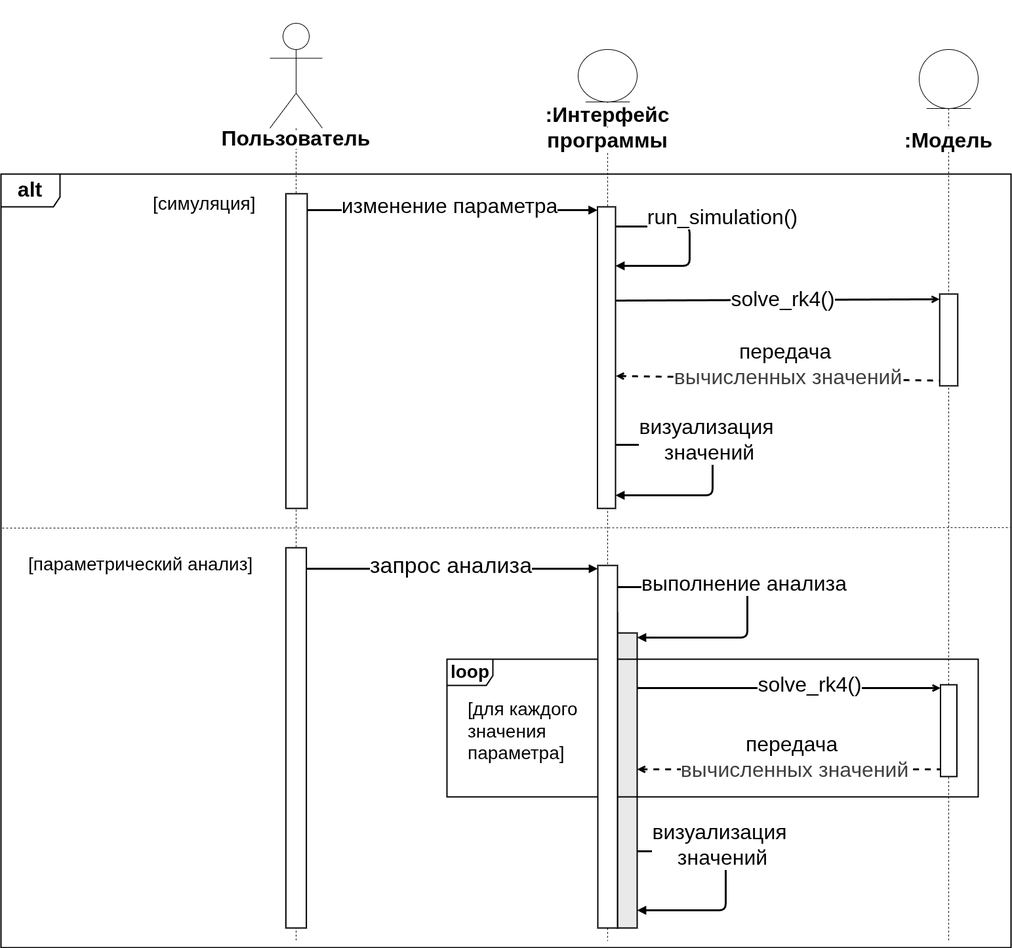
Before: fig/uml_sequence.png, a diagram exported from draw.io (therealmaendeleo/tumor_growth_modeling). Source tidied: cells renumbered, new cells last; positions are measured from the earlier drawing's top-left corner, leaving out a move shared by most shapes.
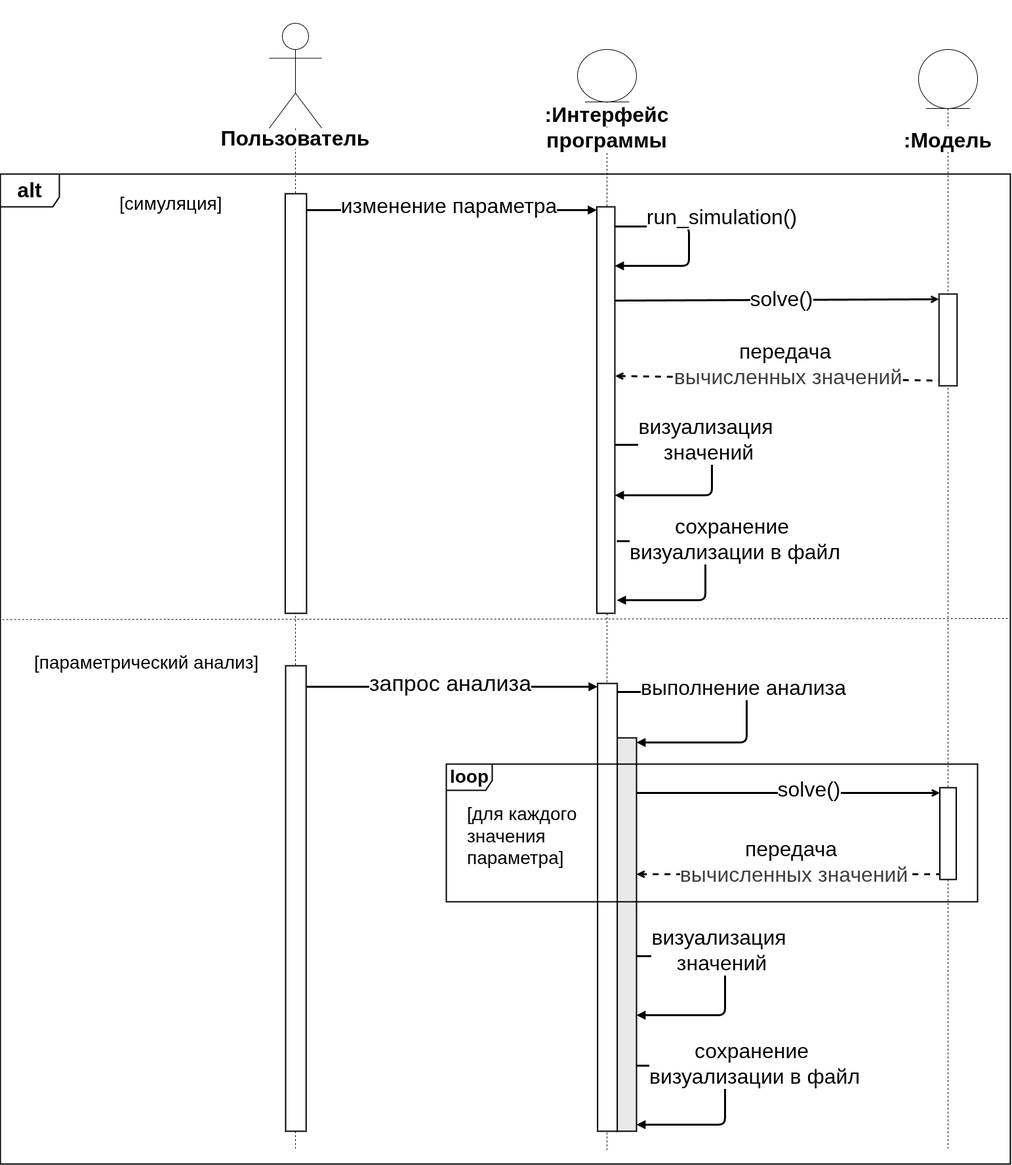
After the commit.

What changed in the source:
```diff
@@ -3,13 +3,13 @@
     <mxCell id="0" />
     <mxCell id="1" parent="0" />
     <mxCell id="2" value="&lt;b&gt;&lt;font style=&quot;font-size: 32px;&quot;&gt;alt&lt;/font&gt;&lt;/b&gt;" style="shape=umlFrame;whiteSpace=wrap;html=1;fillColor=default;swimlaneFillColor=default;fontSize=24;width=90;height=50;strokeWidth=2;" parent="1" vertex="1">
-      <mxGeometry y="230" width="1540" height="1180" as="geometry" />
+      <mxGeometry y="230" width="1540" height="1510" as="geometry" />
     </mxCell>
     <mxCell id="3" value="&lt;div&gt;&lt;span style=&quot;background-color: light-dark(#ffffff, var(--ge-dark-color, #121212));&quot;&gt;&lt;font&gt;&lt;b&gt;&lt;br&gt;&lt;/b&gt;&lt;/font&gt;&lt;/span&gt;&lt;/div&gt;&lt;span style=&quot;background-color: light-dark(#ffffff, var(--ge-dark-color, #121212));&quot;&gt;&lt;font&gt;&lt;b&gt;:Интерфейс программы&lt;/b&gt;&lt;/font&gt;&lt;/span&gt;" style="shape=umlLifeline;participant=umlEntity;perimeter=lifelinePerimeter;whiteSpace=wrap;html=1;verticalAlign=top;spacingTop=36;size=80;fontSize=32;" parent="1" vertex="1">
-      <mxGeometry x="880" y="40" width="90" height="1360" as="geometry" />
+      <mxGeometry x="880" y="40" width="90" height="1680" as="geometry" />
     </mxCell>
     <mxCell id="4" style="html=1;points=[[0,0,0,0,5],[0,1,0,0,-5],[1,0,0,0,5],[1,1,0,0,-5]];perimeter=orthogonalPerimeter;outlineConnect=0;targetShapes=umlLifeline;portConstraint=eastwest;newEdgeStyle={&quot;curved&quot;:0,&quot;rounded&quot;:0};strokeWidth=2;" parent="3" vertex="1">
-      <mxGeometry x="29.5" y="240" width="27.5" height="460" as="geometry" />
+      <mxGeometry x="29.5" y="240" width="27.5" height="620" as="geometry" />
     </mxCell>
     <mxCell id="5" value="run_simulation()" style="html=1;verticalAlign=bottom;endArrow=block;strokeWidth=3;fontSize=32;" parent="3" edge="1" source="4" target="4">
       <mxGeometry x="-0.16" y="50" relative="1" as="geometry">
@@ -28,53 +28,48 @@
         </Array>
       </mxGeometry>
     </mxCell>
-    <mxCell id="7" style="html=1;perimeter=orthogonalPerimeter;targetShapes=umlLifeline;newEdgeStyle={&quot;curved&quot;:0,&quot;rounded&quot;:0};fillColor=#F3F3F3;strokeWidth=2;" parent="3" vertex="1">
-      <mxGeometry x="35" y="860" width="25" height="350" as="geometry" />
-    </mxCell>
     <mxCell id="8" style="html=1;perimeter=orthogonalPerimeter;targetShapes=umlLifeline;newEdgeStyle={&quot;curved&quot;:0,&quot;rounded&quot;:0};strokeWidth=2;strokeColor=default;fillColor=#E9E9E9;" parent="3" vertex="1">
-      <mxGeometry x="60" y="890" width="30" height="450" as="geometry" />
+      <mxGeometry x="60" y="1050" width="30" height="600" as="geometry" />
     </mxCell>
     <mxCell id="9" value="визуализация&amp;nbsp;&lt;div&gt;значений&lt;/div&gt;" style="html=1;verticalAlign=bottom;endArrow=block;strokeWidth=3;fontSize=32;" parent="3" edge="1">
       <mxGeometry x="-0.08" y="-5" relative="1" as="geometry">
-        <mxPoint x="90" y="1223" as="sourcePoint" />
-        <mxPoint x="90" y="1313" as="targetPoint" />
+        <mxPoint x="90" y="1383" as="sourcePoint" />
+        <mxPoint x="90" y="1473" as="targetPoint" />
         <Array as="points">
-          <mxPoint x="225" y="1223" />
-          <mxPoint x="225" y="1313" />
+          <mxPoint x="225" y="1383" />
+          <mxPoint x="225" y="1473" />
         </Array>
       </mxGeometry>
     </mxCell>
     <mxCell id="10" value="&lt;div&gt;&lt;font style=&quot;font-size: 32px;&quot;&gt;&lt;b&gt;&lt;br&gt;&lt;/b&gt;&lt;/font&gt;&lt;/div&gt;&lt;div&gt;&lt;font style=&quot;font-size: 32px;&quot;&gt;&lt;b&gt;&lt;br&gt;&lt;/b&gt;&lt;/font&gt;&lt;/div&gt;&lt;div&gt;&lt;font style=&quot;font-size: 32px;&quot;&gt;&lt;b&gt;&lt;br&gt;&lt;/b&gt;&lt;/font&gt;&lt;/div&gt;&lt;div&gt;&lt;font style=&quot;font-size: 32px;&quot;&gt;&lt;b&gt;&lt;br&gt;&lt;/b&gt;&lt;/font&gt;&lt;/div&gt;&lt;div&gt;&lt;font style=&quot;font-size: 32px;&quot;&gt;&lt;b&gt;&lt;br&gt;&lt;/b&gt;&lt;/font&gt;&lt;/div&gt;&lt;span style=&quot;background-color: light-dark(#ffffff, var(--ge-dark-color, #121212));&quot;&gt;&lt;font style=&quot;font-size: 32px;&quot;&gt;&lt;b&gt;Пользователь&lt;/b&gt;&lt;/font&gt;&lt;/span&gt;" style="shape=umlLifeline;perimeter=lifelinePerimeter;whiteSpace=wrap;html=1;newEdgeStyle={&quot;curved&quot;:0,&quot;rounded&quot;:0};participant=umlActor;size=160;fontSize=24;" parent="1" vertex="1">
-      <mxGeometry x="410" width="80" height="1400" as="geometry" />
+      <mxGeometry x="410" width="80" height="1720" as="geometry" />
     </mxCell>
     <mxCell id="11" style="html=1;perimeter=orthogonalPerimeter;targetShapes=umlLifeline;newEdgeStyle={&quot;curved&quot;:0,&quot;rounded&quot;:0};strokeWidth=2;" parent="10" vertex="1">
-      <mxGeometry x="24.4" y="260" width="32.5" height="480" as="geometry" />
+      <mxGeometry x="24.4" y="260" width="32.5" height="640" as="geometry" />
     </mxCell>
     <mxCell id="12" style="html=1;points=[[0,0,0,0,5],[0,1,0,0,-5],[1,0,0,0,5],[1,1,0,0,-5]];perimeter=orthogonalPerimeter;outlineConnect=0;targetShapes=umlLifeline;portConstraint=eastwest;newEdgeStyle={&quot;curved&quot;:0,&quot;rounded&quot;:0};strokeWidth=2;" parent="10" vertex="1">
-      <mxGeometry x="24.4" y="800" width="31.2" height="580" as="geometry" />
+      <mxGeometry x="25" y="980" width="31.2" height="710" as="geometry" />
     </mxCell>
+    <mxCell id="28" style="html=1;points=[[0,0,0,0,5],[0,1,0,0,-5],[1,0,0,0,5],[1,1,0,0,-5]];perimeter=orthogonalPerimeter;outlineConnect=0;targetShapes=umlLifeline;portConstraint=eastwest;newEdgeStyle={&quot;curved&quot;:0,&quot;rounded&quot;:0};strokeWidth=2;" parent="10" vertex="1">
+      <mxGeometry x="500.6" y="1007" width="30" height="683" as="geometry" />
+    </mxCell>
+    <mxCell id="14" value="запрос анализа" style="html=1;verticalAlign=bottom;endArrow=block;startArrow=none;startFill=0;endFill=1;fontSize=34;strokeWidth=3;entryX=0;entryY=0;entryDx=0;entryDy=5;entryPerimeter=0;" parent="10" edge="1" source="12" target="28">
+      <mxGeometry x="-0.01" y="-18" relative="1" as="geometry" />
+    </mxCell>
     <mxCell id="13" value="изменение параметра" style="html=1;verticalAlign=bottom;endArrow=block;startArrow=none;startFill=0;endFill=1;entryX=0;entryY=0;entryDx=0;entryDy=5;entryPerimeter=0;fontSize=32;strokeWidth=3;" parent="1" edge="1">
       <mxGeometry x="-0.02" y="-15" relative="1" as="geometry">
         <mxPoint x="466.9" y="285" as="sourcePoint" />
         <mxPoint x="909.5" y="285" as="targetPoint" />
       </mxGeometry>
     </mxCell>
-    <mxCell id="14" value="запрос анализа" style="html=1;verticalAlign=bottom;endArrow=block;startArrow=none;startFill=0;endFill=1;fontSize=34;strokeWidth=3;entryX=0;entryY=0;entryDx=0;entryDy=5;entryPerimeter=0;" parent="1" edge="1" source="12" target="28">
-      <mxGeometry x="-0.01" y="-18" relative="1" as="geometry" />
-    </mxCell>
     <mxCell id="15" value="[параметрический анализ]" style="text;html=1;align=left;verticalAlign=middle;strokeColor=none;fillColor=none;fontSize=28;" parent="1" vertex="1">
-      <mxGeometry x="40" y="800" width="370" height="50" as="geometry" />
+      <mxGeometry x="50" y="950" width="370" height="50" as="geometry" />
     </mxCell>
     <mxCell id="16" value="[симуляция]" style="text;html=1;align=left;verticalAlign=middle;strokeColor=none;fillColor=none;labelBackgroundColor=default;fontSize=28;" parent="1" vertex="1">
-      <mxGeometry x="230" y="250" width="180" height="50" as="geometry" />
+      <mxGeometry x="180" y="250" width="180" height="50" as="geometry" />
     </mxCell>
-    <mxCell id="17" style="endArrow=none;dashed=1;html=1;entryX=0.999;entryY=0.457;entryDx=0;entryDy=0;entryPerimeter=0;" parent="1" edge="1" target="2">
-      <mxGeometry relative="1" as="geometry">
-        <mxPoint x="2" y="770" as="sourcePoint" />
-      </mxGeometry>
-    </mxCell>
     <mxCell id="18" style="shape=umlFrame;whiteSpace=wrap;html=1;strokeWidth=2;width=70;height=40;" parent="1" vertex="1">
-      <mxGeometry x="680" y="970" width="810" height="210" as="geometry" />
+      <mxGeometry x="680" y="1130" width="810" height="210" as="geometry" />
     </mxCell>
     <mxCell id="19" value="&lt;font style=&quot;font-size: 28px;&quot;&gt;loop&lt;/font&gt;" style="text;html=1;align=center;verticalAlign=middle;strokeColor=none;fillColor=none;fontSize=18;fontStyle=1;" parent="18" vertex="1">
       <mxGeometry x="-5.4" y="-5.8" width="80" height="50" as="geometry" />
@@ -84,23 +79,23 @@
     </mxCell>
     <mxCell id="21" value="&lt;span style=&quot;color: rgb(0, 0, 0);&quot;&gt;&lt;font&gt;передача&amp;nbsp;&lt;/font&gt;&lt;/span&gt;&lt;div style=&quot;color: rgb(63, 63, 63); scrollbar-color: rgb(226, 226, 226) rgb(251, 251, 251);&quot;&gt;&lt;font&gt;вычисленных&amp;nbsp;&lt;span style=&quot;background-color: light-dark(#ffffff, var(--ge-dark-color, #121212));&quot;&gt;значений&lt;/span&gt;&lt;/font&gt;&lt;/div&gt;" style="html=1;verticalAlign=bottom;endArrow=none;startArrow=open;startFill=0;endFill=0;fontSize=32;strokeWidth=3;dashed=1;entryX=0;entryY=1;entryDx=0;entryDy=-5;entryPerimeter=0;" parent="1" edge="1">
       <mxGeometry x="0.04" y="-22" relative="1" as="geometry">
-        <mxPoint x="970" y="1138" as="sourcePoint" />
-        <mxPoint x="1432.5" y="1138" as="targetPoint" />
+        <mxPoint x="970" y="1298" as="sourcePoint" />
+        <mxPoint x="1432.5" y="1298" as="targetPoint" />
       </mxGeometry>
     </mxCell>
-    <mxCell id="22" value="&lt;font&gt;solve_rk4()&lt;/font&gt;" style="html=1;verticalAlign=bottom;endArrow=open;entryX=0;entryY=0;entryDx=0;entryDy=5;entryPerimeter=0;strokeWidth=3;endFill=0;fontSize=32;" parent="1" edge="1">
+    <mxCell id="22" value="&lt;font&gt;solve()&lt;/font&gt;" style="html=1;verticalAlign=bottom;endArrow=open;entryX=0;entryY=0;entryDx=0;entryDy=5;entryPerimeter=0;strokeWidth=3;endFill=0;fontSize=32;" parent="1" edge="1">
       <mxGeometry x="0.14" y="-16" relative="1" as="geometry">
-        <mxPoint x="970" y="1014" as="sourcePoint" />
-        <mxPoint x="1432.5" y="1014" as="targetPoint" />
+        <mxPoint x="970" y="1174" as="sourcePoint" />
+        <mxPoint x="1432.5" y="1174" as="targetPoint" />
       </mxGeometry>
     </mxCell>
     <mxCell id="23" value="&lt;div&gt;&lt;b&gt;&lt;font style=&quot;font-size: 8px;&quot;&gt;&lt;br&gt;&lt;/font&gt;&lt;/b&gt;&lt;/div&gt;&lt;div&gt;&lt;b&gt;&lt;font style=&quot;font-size: 9px;&quot;&gt;&lt;br&gt;&lt;/font&gt;&lt;/b&gt;&lt;/div&gt;&lt;span style=&quot;background-color: light-dark(#ffffff, var(--ge-dark-color, #121212));&quot;&gt;&lt;font&gt;&lt;b&gt;:Модель&lt;/b&gt;&lt;/font&gt;&lt;/span&gt;" style="shape=umlLifeline;participant=umlEntity;perimeter=lifelinePerimeter;whiteSpace=wrap;html=1;verticalAlign=top;spacingTop=36;size=90;fontSize=32;" parent="1" vertex="1">
-      <mxGeometry x="1400" y="40" width="90" height="1360" as="geometry" />
+      <mxGeometry x="1400" y="40" width="90" height="1680" as="geometry" />
     </mxCell>
     <mxCell id="24" style="html=1;perimeter=orthogonalPerimeter;targetShapes=umlLifeline;newEdgeStyle={&quot;curved&quot;:0,&quot;rounded&quot;:0};strokeWidth=2;" parent="23" vertex="1">
-      <mxGeometry x="32.5" y="969" width="25" height="140" as="geometry" />
+      <mxGeometry x="32.5" y="1126" width="25" height="140" as="geometry" />
     </mxCell>
-    <mxCell id="25" value="solve_rk4()" style="html=1;verticalAlign=bottom;endArrow=open;startArrow=none;startFill=0;endFill=0;fontSize=32;strokeWidth=3;entryX=0;entryY=0;entryDx=0;entryDy=5;entryPerimeter=0;" parent="1" edge="1">
+    <mxCell id="25" value="solve()" style="html=1;verticalAlign=bottom;endArrow=open;startArrow=none;startFill=0;endFill=0;fontSize=32;strokeWidth=3;entryX=0;entryY=0;entryDx=0;entryDy=5;entryPerimeter=0;" parent="1" edge="1">
       <mxGeometry x="0.02" y="-20" relative="1" as="geometry">
         <mxPoint x="937.5" y="423" as="sourcePoint" />
         <mxPoint x="1431.2" y="421" as="targetPoint" />
@@ -115,18 +110,38 @@
     <mxCell id="27" style="html=1;perimeter=orthogonalPerimeter;targetShapes=umlLifeline;newEdgeStyle={&quot;curved&quot;:0,&quot;rounded&quot;:0};strokeWidth=2;" parent="1" vertex="1">
       <mxGeometry x="1431.2" y="413" width="27.5" height="140" as="geometry" />
     </mxCell>
-    <mxCell id="28" style="html=1;points=[[0,0,0,0,5],[0,1,0,0,-5],[1,0,0,0,5],[1,1,0,0,-5]];perimeter=orthogonalPerimeter;outlineConnect=0;targetShapes=umlLifeline;portConstraint=eastwest;newEdgeStyle={&quot;curved&quot;:0,&quot;rounded&quot;:0};strokeWidth=2;" parent="1" vertex="1">
-      <mxGeometry x="910" y="827" width="30" height="553" as="geometry" />
-    </mxCell>
     <mxCell id="29" value="выполнение анализа" style="html=1;verticalAlign=bottom;endArrow=block;strokeWidth=3;fontSize=32;" parent="1" edge="1">
       <mxGeometry x="-0.04" y="-5" relative="1" as="geometry">
-        <mxPoint x="940" y="860" as="sourcePoint" />
-        <mxPoint x="970" y="937" as="targetPoint" />
+        <mxPoint x="940" y="1020" as="sourcePoint" />
+        <mxPoint x="970" y="1097" as="targetPoint" />
         <Array as="points">
-          <mxPoint x="1138" y="860" />
-          <mxPoint x="1138" y="937" />
+          <mxPoint x="1138" y="1020" />
+          <mxPoint x="1138" y="1097" />
         </Array>
       </mxGeometry>
     </mxCell>
+    <mxCell id="30" value="сохранение&amp;nbsp;&lt;div&gt;визуализации в файл&lt;/div&gt;" style="html=1;verticalAlign=bottom;endArrow=block;strokeWidth=3;fontSize=32;" parent="1" edge="1">
+      <mxGeometry x="-0.03" y="45" relative="1" as="geometry">
+        <mxPoint x="970" y="1590" as="sourcePoint" />
+        <mxPoint x="970" y="1680" as="targetPoint" />
+        <Array as="points">
+          <mxPoint x="1105" y="1590" />
+          <mxPoint x="1105" y="1680" />
+        </Array>
+      </mxGeometry>
+    </mxCell>
+    <mxCell id="31" value="сохранение&amp;nbsp;&lt;div&gt;визуализации в файл&lt;/div&gt;" style="html=1;verticalAlign=bottom;endArrow=block;strokeWidth=3;fontSize=32;" parent="1" edge="1">
+      <mxGeometry x="-0.03" y="45" relative="1" as="geometry">
+        <mxPoint x="940" y="790" as="sourcePoint" />
+        <mxPoint x="940" y="880" as="targetPoint" />
+        <Array as="points">
+          <mxPoint x="1075" y="790" />
+          <mxPoint x="1075" y="880" />
+        </Array>
+      </mxGeometry>
+    </mxCell>
+    <mxCell id="32" style="endArrow=none;dashed=1;html=1;entryX=0.999;entryY=0.449;entryDx=0;entryDy=0;entryPerimeter=0;exitX=0.002;exitY=0.45;exitDx=0;exitDy=0;exitPerimeter=0;" parent="1" edge="1" source="2" target="2">
+      <mxGeometry relative="1" as="geometry" />
+    </mxCell>
   </root>
 </mxGraphModel>
```
